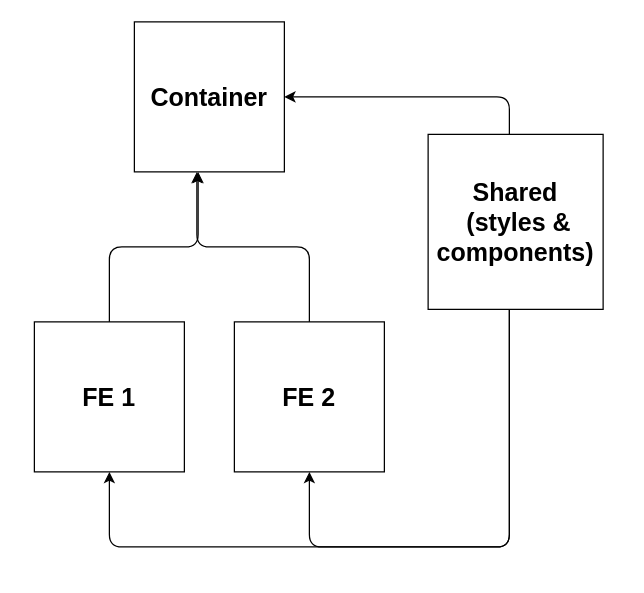
The draw.io diagram architecture.dio in mamanzan/barebones-micro-fe, before the edit. Source tidied: cells renumbered, new cells numbered last; positions are measured from the earlier drawing's top-left corner, leaving out a move shared by most shapes. Both pictures are drawn from the tidied source at 125%, with x=0, y=0 at pixel (34, 21).
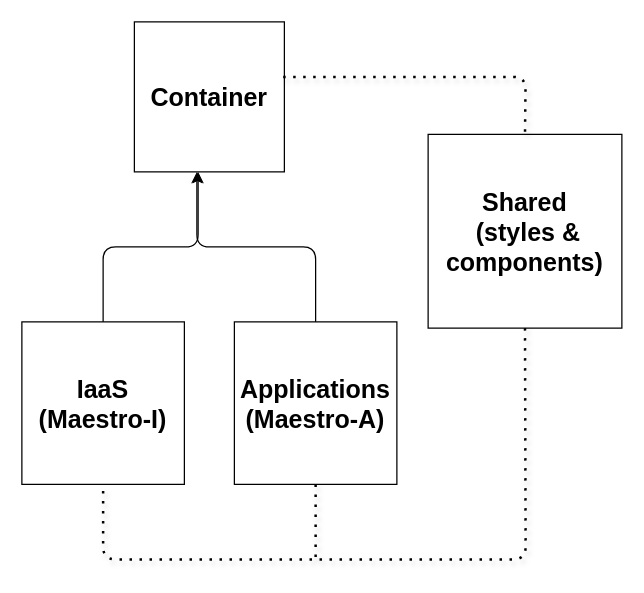
The same page after the edit.

Diff of the diagram source:
```diff
@@
 <mxGraphModel>
   <root>
     <mxCell id="0" />
     <mxCell id="1" parent="0" />
     <mxCell id="2" value="&lt;b&gt;&lt;font style=&quot;font-size: 20px&quot;&gt;Container&lt;/font&gt;&lt;/b&gt;" style="whiteSpace=wrap;html=1;" parent="1" vertex="1">
       <mxGeometry x="80" width="120" height="120" as="geometry" />
     </mxCell>
     <mxCell id="3" style="edgeStyle=none;html=1;" parent="1" edge="1" source="4">
       <mxGeometry relative="1" as="geometry">
         <mxPoint x="131" y="120" as="targetPoint" />
         <Array as="points">
-          <mxPoint x="60" y="180" />
+          <mxPoint x="55" y="180" />
           <mxPoint x="131" y="180" />
         </Array>
       </mxGeometry>
     </mxCell>
-    <mxCell id="4" value="&lt;font style=&quot;font-size: 20px&quot;&gt;&lt;b&gt;FE 1&lt;/b&gt;&lt;/font&gt;" style="whiteSpace=wrap;html=1;" parent="1" vertex="1">
-      <mxGeometry y="240" width="120" height="120" as="geometry" />
+    <mxCell id="4" value="&lt;span style=&quot;font-size: 20px&quot;&gt;&lt;b&gt;IaaS&lt;br&gt;(Maestro-I)&lt;br&gt;&lt;/b&gt;&lt;/span&gt;" style="whiteSpace=wrap;html=1;" parent="1" vertex="1">
+      <mxGeometry x="-10" y="240" width="130" height="130" as="geometry" />
     </mxCell>
-    <mxCell id="5" style="edgeStyle=orthogonalEdgeStyle;html=1;entryX=0.5;entryY=1;entryDx=0;entryDy=0;" parent="1" edge="1" source="8" target="10">
-      <mxGeometry relative="1" as="geometry">
-        <Array as="points">
-          <mxPoint x="380" y="420" />
-          <mxPoint x="220" y="420" />
-        </Array>
-      </mxGeometry>
-    </mxCell>
-    <mxCell id="6" style="edgeStyle=orthogonalEdgeStyle;html=1;entryX=0.5;entryY=1;entryDx=0;entryDy=0;" parent="1" edge="1" source="8" target="4">
-      <mxGeometry relative="1" as="geometry">
-        <Array as="points">
-          <mxPoint x="380" y="420" />
-          <mxPoint x="60" y="420" />
-        </Array>
-      </mxGeometry>
-    </mxCell>
-    <mxCell id="7" style="edgeStyle=orthogonalEdgeStyle;html=1;entryX=1;entryY=0.5;entryDx=0;entryDy=0;fontSize=20;" parent="1" edge="1" source="8" target="2">
-      <mxGeometry relative="1" as="geometry">
-        <Array as="points">
-          <mxPoint x="380" y="60" />
-        </Array>
-      </mxGeometry>
-    </mxCell>
     <mxCell id="8" value="&lt;font style=&quot;font-size: 20px&quot;&gt;&lt;b&gt;Shared&lt;br&gt;&amp;nbsp;(styles &amp;amp; components)&lt;/b&gt;&lt;/font&gt;" style="whiteSpace=wrap;html=1;" parent="1" vertex="1">
-      <mxGeometry x="315" y="90" width="140" height="140" as="geometry" />
+      <mxGeometry x="315" y="90" width="155" height="155" as="geometry" />
     </mxCell>
     <mxCell id="9" style="edgeStyle=none;html=1;" parent="1" edge="1" source="10">
       <mxGeometry relative="1" as="geometry">
         <mxPoint x="130" y="120" as="targetPoint" />
         <Array as="points">
-          <mxPoint x="220" y="180" />
+          <mxPoint x="225" y="180" />
           <mxPoint x="130" y="180" />
         </Array>
       </mxGeometry>
     </mxCell>
-    <mxCell id="10" value="&lt;font style=&quot;font-size: 20px&quot;&gt;&lt;b&gt;FE 2&lt;/b&gt;&lt;/font&gt;" style="whiteSpace=wrap;html=1;" parent="1" vertex="1">
-      <mxGeometry x="160" y="240" width="120" height="120" as="geometry" />
+    <mxCell id="10" value="&lt;span style=&quot;font-size: 20px&quot;&gt;&lt;b&gt;Applications&lt;br&gt;(Maestro-A)&lt;br&gt;&lt;/b&gt;&lt;/span&gt;" style="whiteSpace=wrap;html=1;" parent="1" vertex="1">
+      <mxGeometry x="160" y="240" width="130" height="130" as="geometry" />
     </mxCell>
+    <mxCell id="6" style="endArrow=none;dashed=1;html=1;dashPattern=1 3;strokeWidth=2;shadow=1;fillColor=#66FF66;exitX=0.5;exitY=1;exitDx=0;exitDy=0;entryX=0.5;entryY=1;entryDx=0;entryDy=0;" parent="1" edge="1" source="8" target="4">
+      <mxGeometry relative="1" as="geometry">
+        <Array as="points">
+          <mxPoint x="393" y="430" />
+          <mxPoint x="230" y="430" />
+          <mxPoint x="55" y="430" />
+        </Array>
+      </mxGeometry>
+    </mxCell>
+    <mxCell id="11" style="endArrow=none;dashed=1;html=1;dashPattern=1 3;strokeWidth=2;shadow=1;fillColor=#66FF66;exitX=0.992;exitY=0.367;exitDx=0;exitDy=0;exitPerimeter=0;entryX=0.5;entryY=0;entryDx=0;entryDy=0;" parent="1" edge="1" source="2" target="8">
+      <mxGeometry relative="1" as="geometry">
+        <Array as="points">
+          <mxPoint x="393" y="44" />
+        </Array>
+      </mxGeometry>
+    </mxCell>
+    <mxCell id="12" style="endArrow=none;dashed=1;html=1;dashPattern=1 3;strokeWidth=2;shadow=1;fillColor=#66FF66;exitX=0.5;exitY=1;exitDx=0;exitDy=0;" parent="1" edge="1" source="10">
+      <mxGeometry relative="1" as="geometry">
+        <mxPoint x="225" y="430" as="targetPoint" />
+      </mxGeometry>
+    </mxCell>
   </root>
 </mxGraphModel>
```
